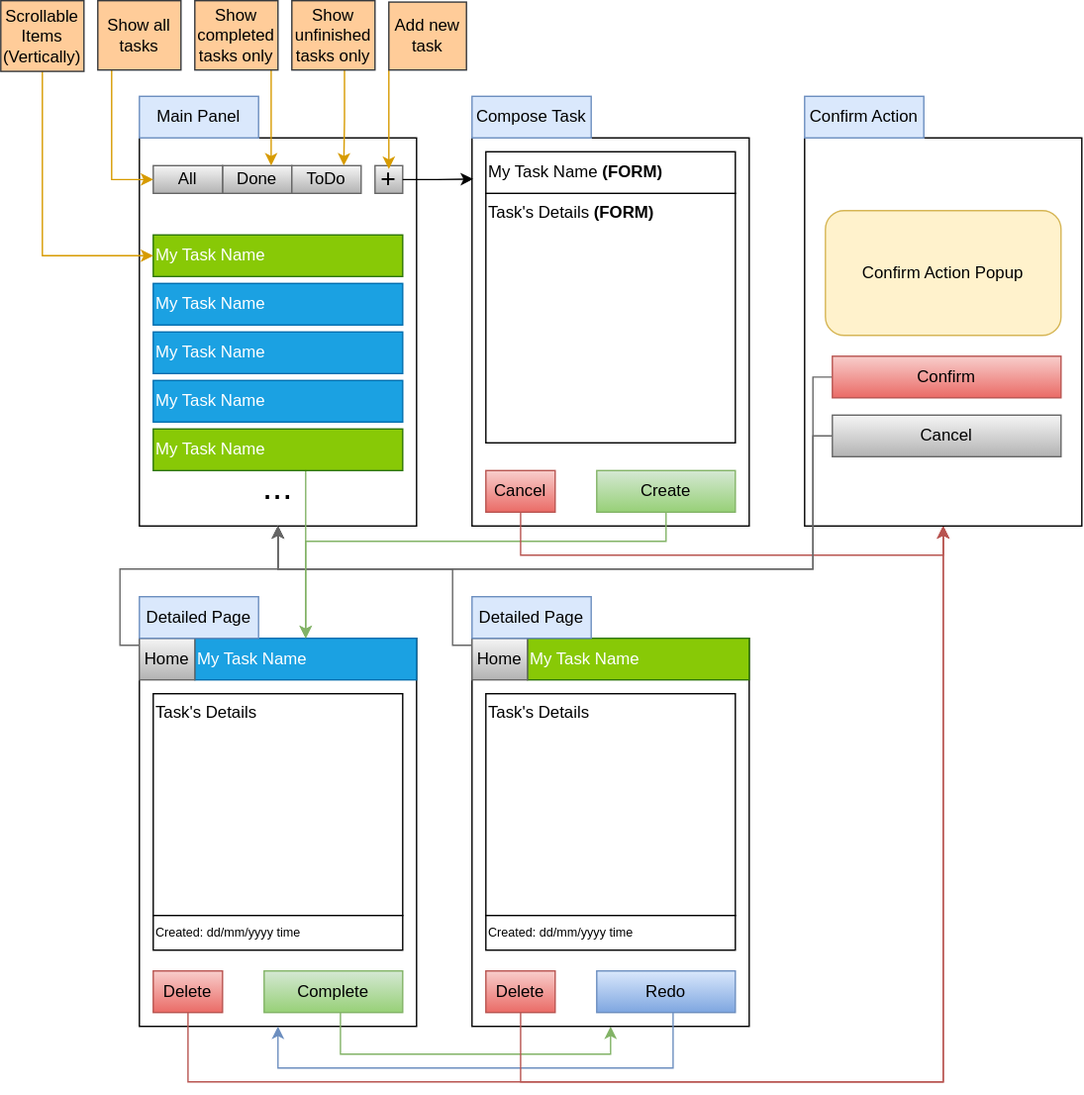
Above: doc/wire frames.drawio.svg in gubrus50/to-do-list (draw.io), before the change. Source tidied: cells renumbered, new cells last; positions are measured from the earlier drawing's top-left corner, leaving out a move shared by most shapes.
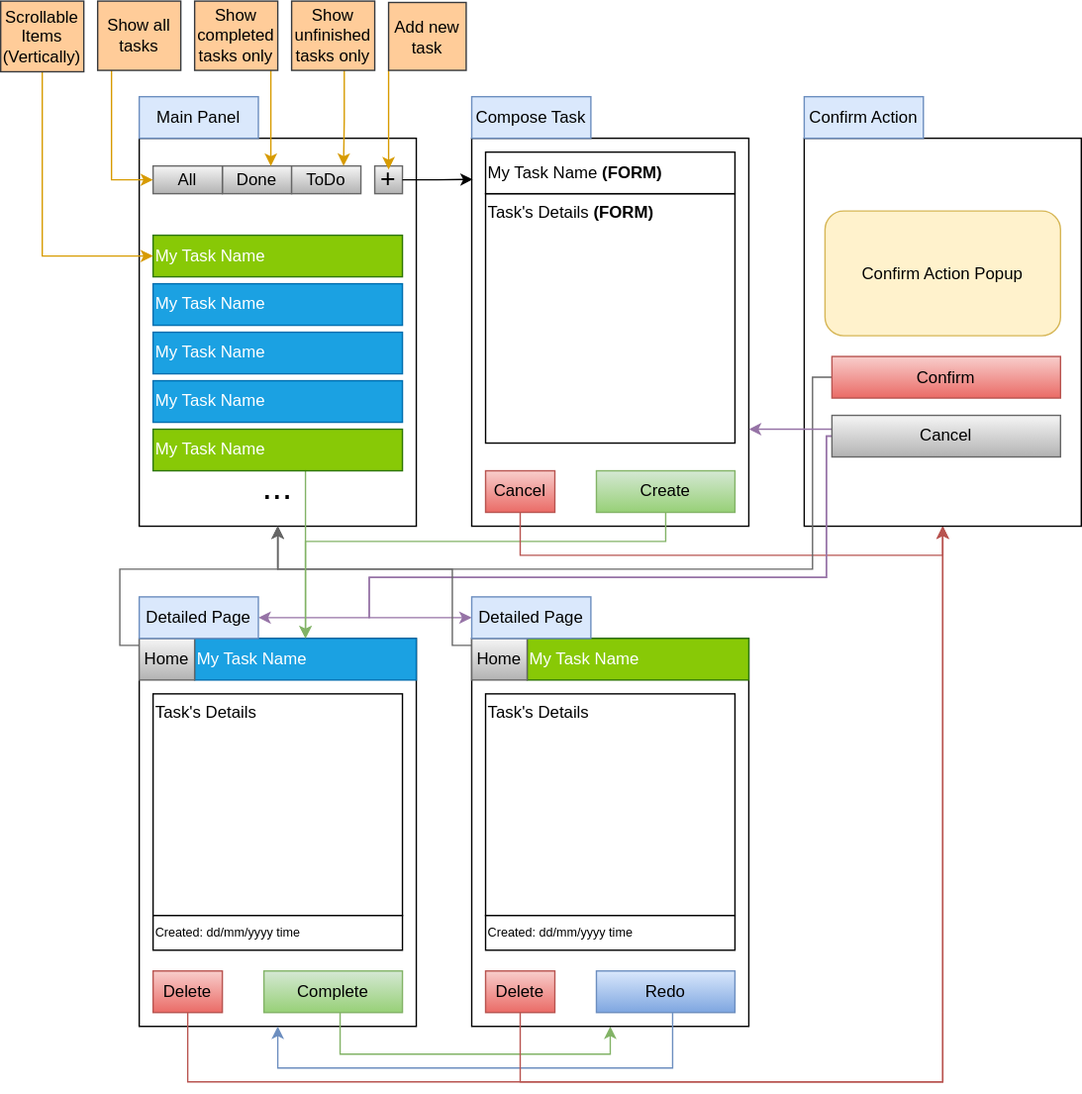
After the change.

What changed in the source:
```diff
@@ -209,15 +209,34 @@
     <mxCell id="50" value="Confirm" style="rounded=0;whiteSpace=wrap;html=1;fillColor=#f8cecc;strokeColor=#b85450;gradientColor=#ea6b66;" parent="1" vertex="1">
       <mxGeometry x="600" y="256.5" width="165" height="30" as="geometry" />
     </mxCell>
-    <mxCell id="51" style="edgeStyle=orthogonalEdgeStyle;rounded=0;jettySize=auto;html=1;entryX=0.5;entryY=1;entryDx=0;entryDy=0;fillColor=#f5f5f5;strokeColor=#666666;" parent="1" edge="1" source="52" target="2">
-      <mxGeometry relative="1" as="geometry">
-        <Array as="points">
-          <mxPoint x="586" y="314" />
-          <mxPoint x="586" y="410" />
-          <mxPoint x="200" y="410" />
-        </Array>
-      </mxGeometry>
-    </mxCell>
+    <mxCell id="66" style="edgeStyle=orthogonalEdgeStyle;rounded=0;jettySize=auto;html=1;fillColor=#e1d5e7;strokeColor=#9673a6;entryX=0;entryY=0.5;entryDx=0;entryDy=0;" parent="1" edge="1" source="52" target="62">
+      <mxGeometry relative="1" as="geometry">
+        <Array as="points">
+          <mxPoint x="596" y="314" />
+          <mxPoint x="596" y="416" />
+          <mxPoint x="266" y="416" />
+          <mxPoint x="266" y="445" />
+        </Array>
+      </mxGeometry>
+    </mxCell>
+    <mxCell id="67" style="edgeStyle=orthogonalEdgeStyle;rounded=0;jettySize=auto;html=1;entryX=1;entryY=0.5;entryDx=0;entryDy=0;fillColor=#e1d5e7;strokeColor=#9673a6;" parent="1" edge="1" source="52" target="61">
+      <mxGeometry relative="1" as="geometry">
+        <Array as="points">
+          <mxPoint x="596" y="314" />
+          <mxPoint x="596" y="416" />
+          <mxPoint x="266" y="416" />
+          <mxPoint x="266" y="445" />
+        </Array>
+      </mxGeometry>
+    </mxCell>
+    <mxCell id="68" style="edgeStyle=orthogonalEdgeStyle;rounded=0;jettySize=auto;html=1;entryX=1;entryY=0.75;entryDx=0;entryDy=0;fillColor=#e1d5e7;strokeColor=#9673a6;" parent="1" edge="1" source="52" target="30">
+      <mxGeometry relative="1" as="geometry">
+        <Array as="points">
+          <mxPoint x="586" y="309" />
+          <mxPoint x="586" y="309" />
+        </Array>
+      </mxGeometry>
+    </mxCell>
     <mxCell id="52" value="Cancel" style="rounded=0;whiteSpace=wrap;html=1;fillColor=#f5f5f5;gradientColor=#b3b3b3;strokeColor=#666666;" parent="1" vertex="1">
       <mxGeometry x="600" y="299" width="165" height="30" as="geometry" />
     </mxCell>
```
